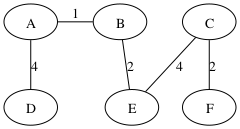
Above: lectures/graph4.png in IUDataStructuresCourse/course-web-page-spring-2024 (Graphviz), before the change. Its source is kept beside it as lectures/graph4.dot.
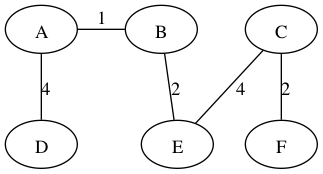
The same file after the commit.

Change to the diagram source:
```diff
@@ -1,5 +1,4 @@
 graph G {
-  size="2.5,1.5";
 
   {rank = same; A B C }
   {rank = same; D E F }
```
